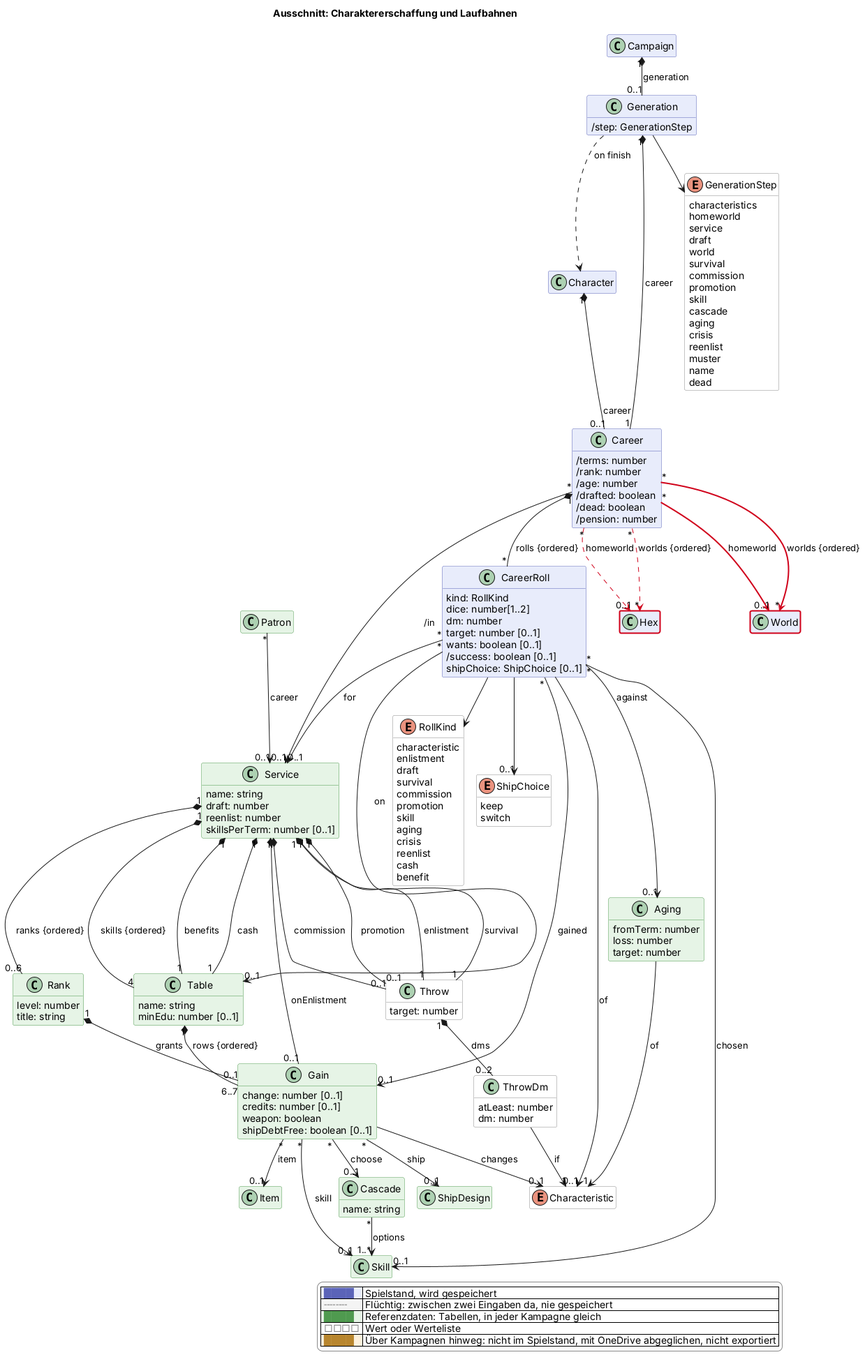
This is docs/views/erschaffung.png from scuzzar/SRE, a PlantUML export, as it was before one commit.
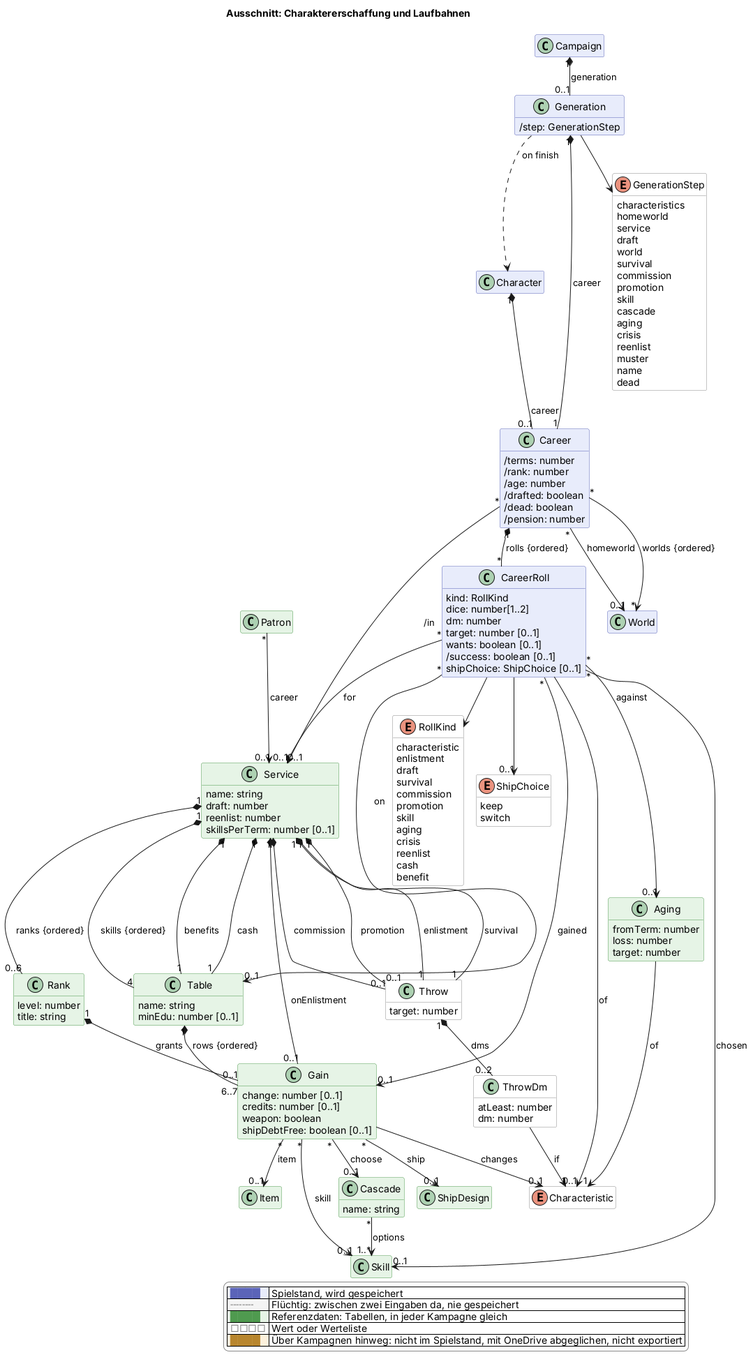
After the change.

What changed in the source:
```diff
@@ -96,8 +96,7 @@
     shipChoice: ShipChoice [0..1]
   }
 
-  class Hex $sektor
-  class World $sektor $newClass("2026-11-20b")
+  class World $sektor
 
 
 
@@ -191,10 +190,8 @@
 Character "1" *-- "0..1" Career : career
 Career "1" *-- "*" CareerRoll : rolls {ordered}
 Career "*" --> "0..1" Service : /in
-Career "*" -$goneArrow("2026-11-20b")-> "0..1" Hex : homeworld
-Career "*" -$newArrow("2026-11-20b")-> "0..1" World : homeworld
-Career "*" -$goneArrow("2026-11-20b")-> "*" Hex : worlds {ordered}
-Career "*" -$newArrow("2026-11-20b")-> "*" World : worlds {ordered}
+Career "*" --> "0..1" World : homeworld
+Career "*" --> "*" World : worlds {ordered}
 CareerRoll --> RollKind
 CareerRoll --> "0..1" ShipChoice
 CareerRoll --> "0..1" Characteristic : of
@@ -241,5 +238,4 @@
   |<#ffffff> <color:#8a8a8a>□□□□</color> | Wert oder Werteliste |
   |<#fdf1dc> <color:#b8862e>████</color> | Über Kampagnen hinweg: nicht im Spielstand, mit OneDrive abgeglichen, nicht exportiert |
 endlegend
-class Hex #line:d0021b;line.bold
 @enduml
```
